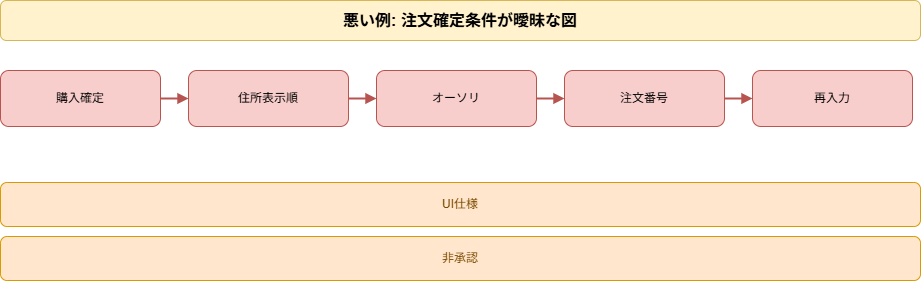
kaku3/workbooks keeps this draw.io diagram as docs/zukai-drill/data/diagrams/easy-payment-authorization_bad-diagram.drawio.png. Above is the earlier version. Source tidied: cells renumbered, new cells last; positions are measured from the earlier drawing's top-left corner, leaving out a move shared by most shapes.
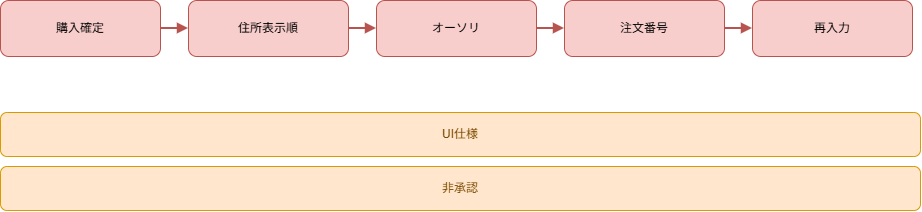
The same file after the commit.

Diff of the diagram source:
```diff
@@ -2,9 +2,6 @@
   <root>
     <mxCell id="0" />
     <mxCell id="1" parent="0" />
-    <mxCell id="2" value="悪い例: 注文確定条件が曖昧な図" style="rounded=1;whiteSpace=wrap;html=1;fillColor=#fff2cc;strokeColor=#d6b656;fontSize=16;fontStyle=1;" parent="1" vertex="1">
-      <mxGeometry width="920" height="40" as="geometry" />
-    </mxCell>
     <mxCell id="3" value="購入確定" style="rounded=1;whiteSpace=wrap;html=1;fillColor=#f8cecc;strokeColor=#b85450;" parent="1" vertex="1">
       <mxGeometry y="70" width="160" height="56" as="geometry" />
     </mxCell>
```
